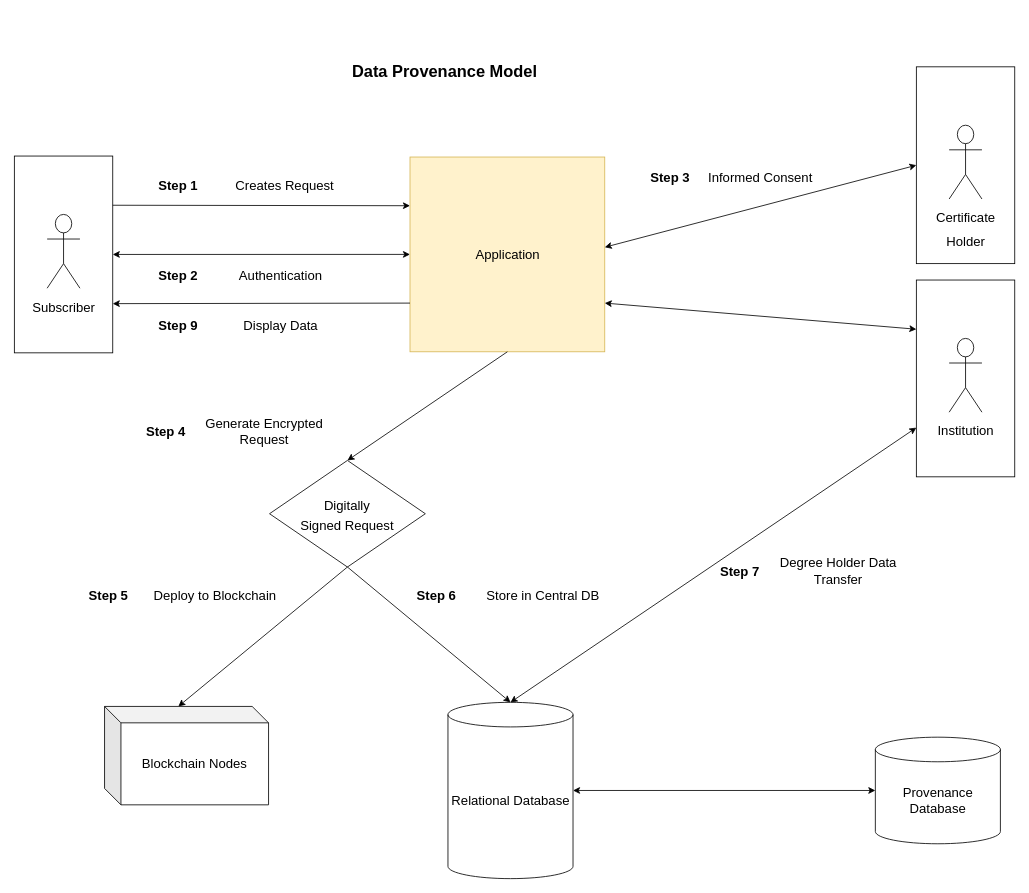
Before: AuthenticatorAppUses.drawio in tkalp/AuthenticatorApp, a draw.io diagram. Source tidied: cells renumbered, new cells numbered last; positions are measured from the earlier drawing's top-left corner, leaving out a move shared by most shapes. Both pictures are drawn from the tidied source at 82%, with x=0, y=0 at pixel (14, 58).
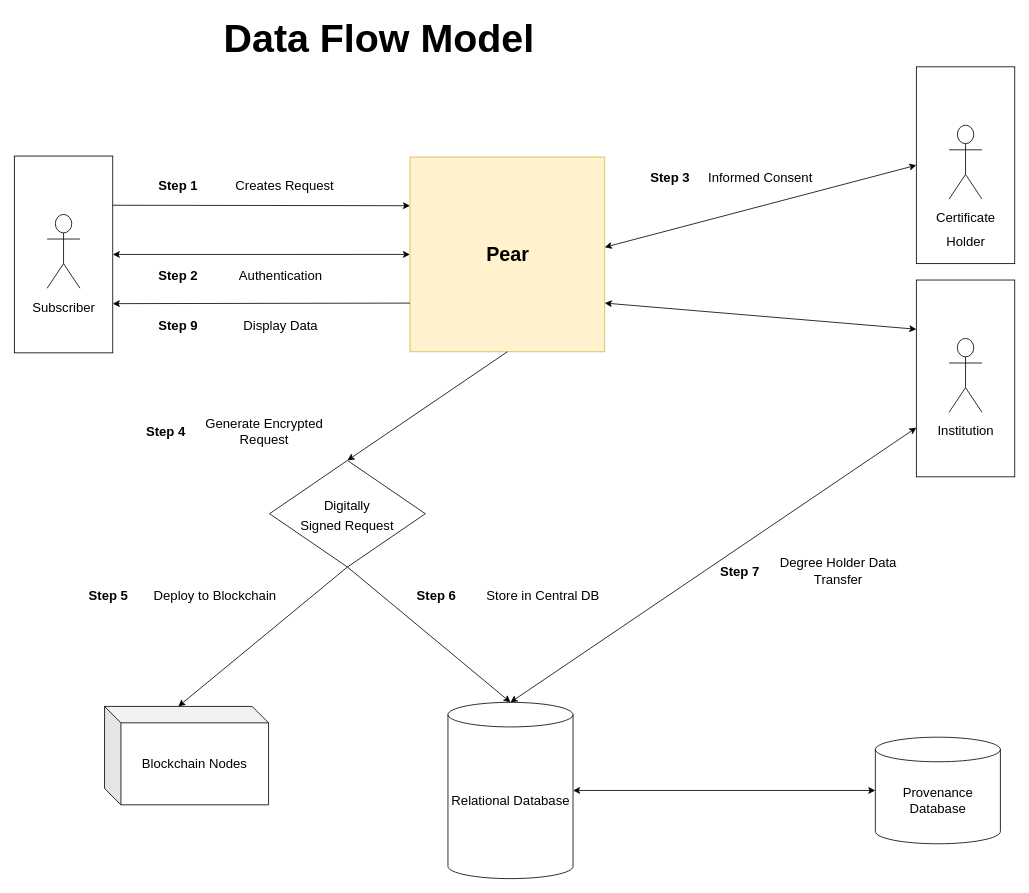
The same diagram, later.

Diff of the diagram source:
```diff
@@
-    <mxCell id="2" value="Application" style="whiteSpace=wrap;html=1;fontSize=16;fillColor=#fff2cc;strokeColor=#d6b656;fontColor=default;" parent="1" vertex="1">
+    <mxCell id="2" value="&lt;font style=&quot;font-size: 24px&quot;&gt;&lt;b&gt;Pear&lt;/b&gt;&lt;/font&gt;" style="whiteSpace=wrap;html=1;fontSize=16;fillColor=#fff2cc;strokeColor=#d6b656;fontColor=default;" parent="1" vertex="1">
       <mxGeometry x="482.5" y="120" width="237.5" height="237.5" as="geometry" />
     </mxCell>
@@
-    <mxCell id="16" value="&lt;font style=&quot;font-size: 20px&quot;&gt;&lt;b&gt;Data Provenance Model&lt;/b&gt;&lt;/font&gt;" style="text;html=1;strokeColor=none;fillColor=none;align=center;verticalAlign=middle;whiteSpace=wrap;rounded=0;fontSize=16;" parent="1" vertex="1">
-      <mxGeometry x="400" width="250" height="30" as="geometry" />
+    <mxCell id="16" value="&lt;font size=&quot;1&quot;&gt;&lt;b style=&quot;font-size: 48px&quot;&gt;Data Flow Model&lt;/b&gt;&lt;/font&gt;" style="text;html=1;strokeColor=none;fillColor=none;align=center;verticalAlign=middle;whiteSpace=wrap;rounded=0;fontSize=16;" parent="1" vertex="1">
+      <mxGeometry x="230" y="-40" width="430" height="30" as="geometry" />
     </mxCell>
```
